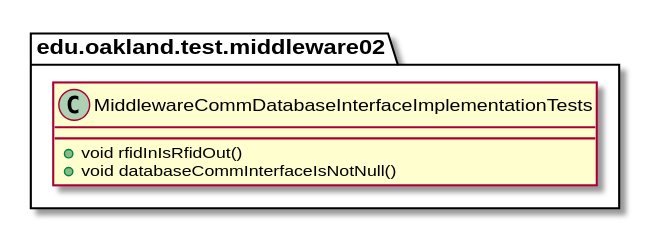
Above: docs/uml-class-diagrams/middleware02/test/MiddlewareCommDatabaseInterfaceImplementationTests/MiddlewareCommDatabaseInterfaceImplementationTests.svg in andrewdimmer/csi-3370-software-project (PlantUML), before the change.
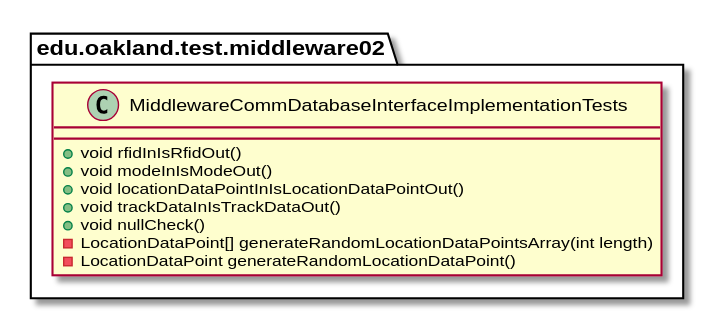
The same file after the commit.

What changed in the source:
```diff
@@ -3,7 +3,12 @@
 package edu.oakland.test.middleware02 {
     class MiddlewareCommDatabaseInterfaceImplementationTests {
         + void rfidInIsRfidOut()
-        + void databaseCommInterfaceIsNotNull()
+        + void modeInIsModeOut()
+        + void locationDataPointInIsLocationDataPointOut()
+        + void trackDataInIsTrackDataOut()
+        + void nullCheck()
+        - LocationDataPoint[] generateRandomLocationDataPointsArray(int length)
+        - LocationDataPoint generateRandomLocationDataPoint()
     }
 }
 
```
